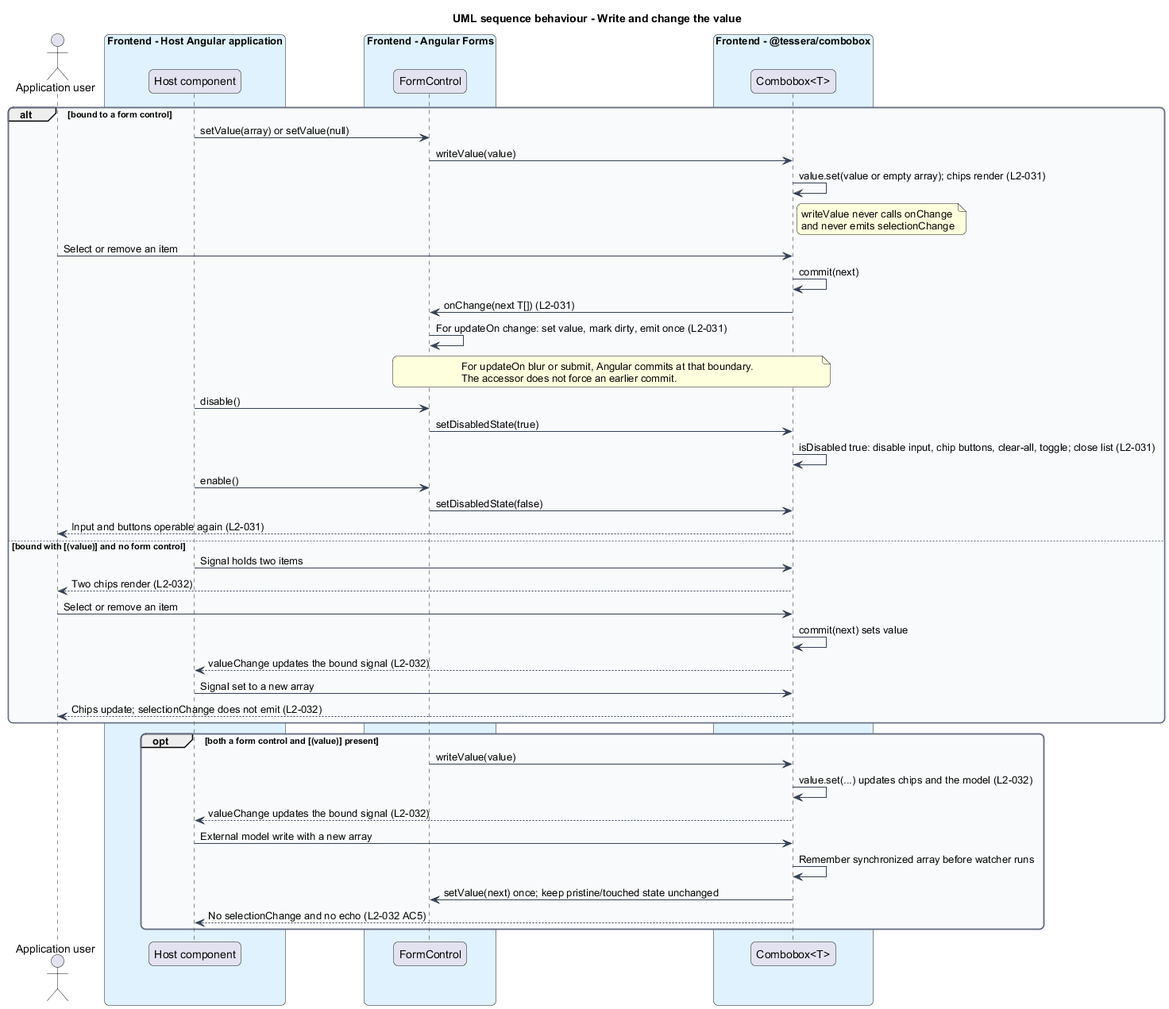
Above: docs/detailed-designs/combobox/integrate-forms/diagrams/sequence-write-and-change.png in QuinntyneBrown/Tessera (PlantUML), before the change.
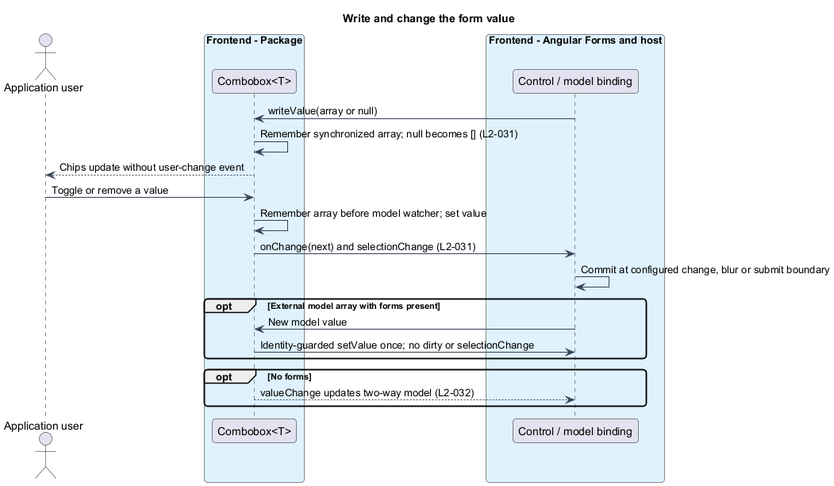
The same file after the commit.

Diff of the diagram source:
```diff
@@ -1,68 +1,36 @@
 @startuml
-title UML sequence behaviour - Write and change the value
 skinparam backgroundColor #FFFFFF
 skinparam shadowing false
-skinparam roundcorner 12
+skinparam roundcorner 8
 skinparam defaultFontName Arial
 skinparam ArrowColor #344054
-skinparam rectangle {
+skinparam class {
   BorderColor #344054
-  FontColor #101828
-}
-skinparam package {
-  BorderColor #667085
   FontColor #101828
   BackgroundColor #F9FAFB
 }
+title Write and change the form value
 actor "Application user" as user
-box "Frontend - Host Angular application" #E0F2FE
-  participant "Host component" as host
+box "Frontend - Package" #E0F2FE
+  participant "Combobox<T>" as cb
 end box
-box "Frontend - Angular Forms" #E0F2FE
-  participant "FormControl" as fc
-end box
-box "Frontend - @tessera/combobox" #E0F2FE
-  participant "Combobox<T>" as combo
+box "Frontend - Angular Forms and host" #E0F2FE
+  participant "Control / model binding" as fc
 end box
 
-alt bound to a form control
-  host -> fc : setValue(array) or setValue(null)
-  fc -> combo : writeValue(value)
-  combo -> combo : value.set(value or empty array); chips render (L2-031)
-  note right of combo
-    writeValue never calls onChange
-    and never emits selectionChange
-  end note
-  user -> combo : Select or remove an item
-  combo -> combo : commit(next)
-  combo -> fc : onChange(next T[]) (L2-031)
-  fc -> fc : For updateOn change: set value, mark dirty, emit once (L2-031)
-  note over fc, combo
-    For updateOn blur or submit, Angular commits at that boundary.
-    The accessor does not force an earlier commit.
-  end note
-  host -> fc : disable()
-  fc -> combo : setDisabledState(true)
-  combo -> combo : isDisabled true: disable input, chip buttons, clear-all, toggle; close list (L2-031)
-  host -> fc : enable()
-  fc -> combo : setDisabledState(false)
-  combo --> user : Input and buttons operable again (L2-031)
-else bound with [(value)] and no form control
-  host -> combo : Signal holds two items
-  combo --> user : Two chips render (L2-032)
-  user -> combo : Select or remove an item
-  combo -> combo : commit(next) sets value
-  combo --> host : valueChange updates the bound signal (L2-032)
-  host -> combo : Signal set to a new array
-  combo --> user : Chips update; selectionChange does not emit (L2-032)
+
+fc -> cb : writeValue(array or null)
+cb -> cb : Remember synchronized array; null becomes [] (L2-031)
+cb --> user : Chips update without user-change event
+user -> cb : Toggle or remove a value
+cb -> cb : Remember array before model watcher; set value
+cb -> fc : onChange(next) and selectionChange (L2-031)
+fc -> fc : Commit at configured change, blur or submit boundary
+opt External model array with forms present
+  fc -> cb : New model value
+  cb -> fc : Identity-guarded setValue once; no dirty or selectionChange
 end
-opt both a form control and [(value)] present
-  fc -> combo : writeValue(value)
-  combo -> combo : value.set(...) updates chips and the model (L2-032)
-  combo --> host : valueChange updates the bound signal (L2-032)
-  host -> combo : External model write with a new array
-  combo -> combo : Remember synchronized array before watcher runs
-  combo -> fc : setValue(next) once; keep pristine/touched state unchanged
-  combo --> host : No selectionChange and no echo (L2-032 AC5)
+opt No forms
+  cb --> fc : valueChange updates two-way model (L2-032)
 end
 @enduml
```
